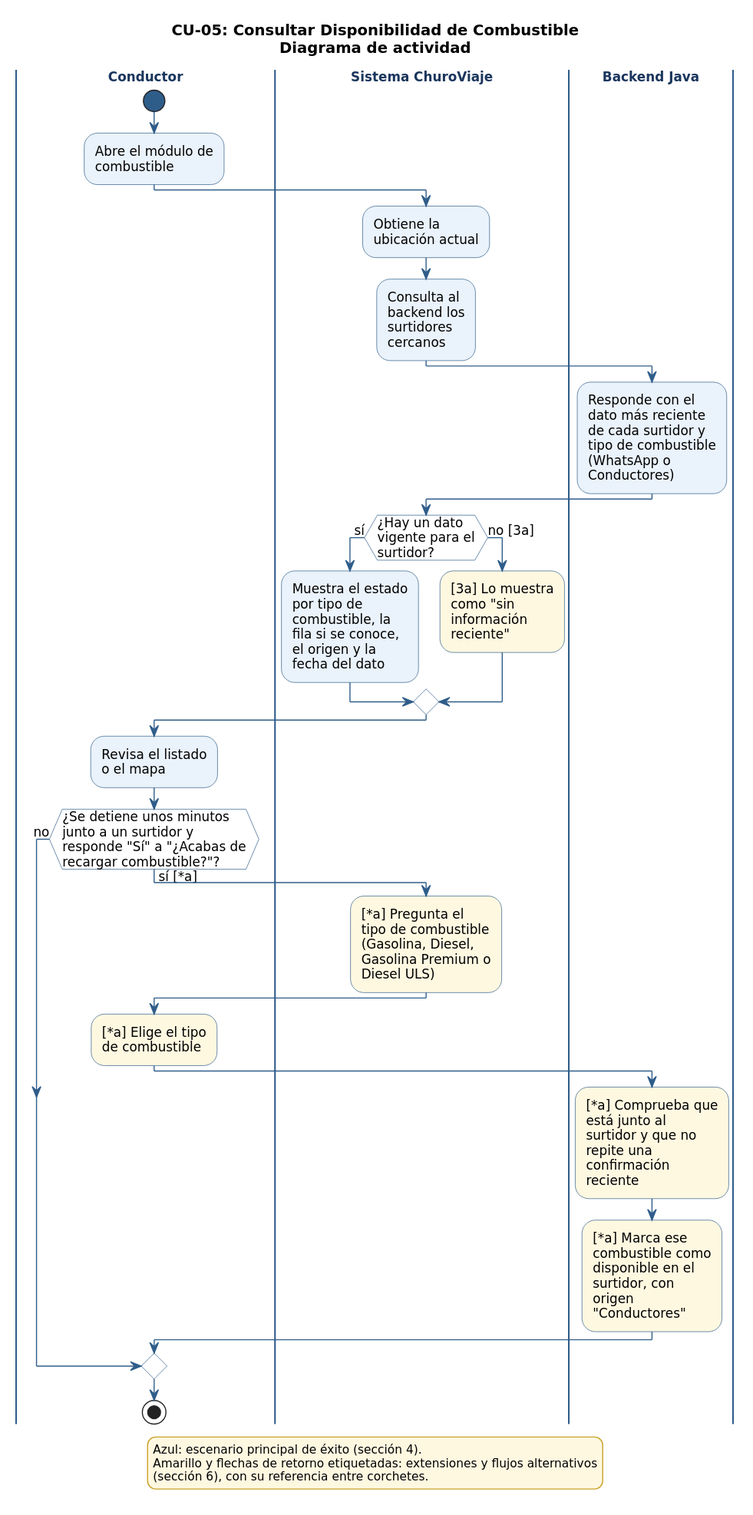
Above: 03_des/01_Diagramas_de_comportamiento/CU-05_ConsultarDisponibilidadCombustible.svg in uniWASD/ChuroViajeInterno (PlantUML), before the change.
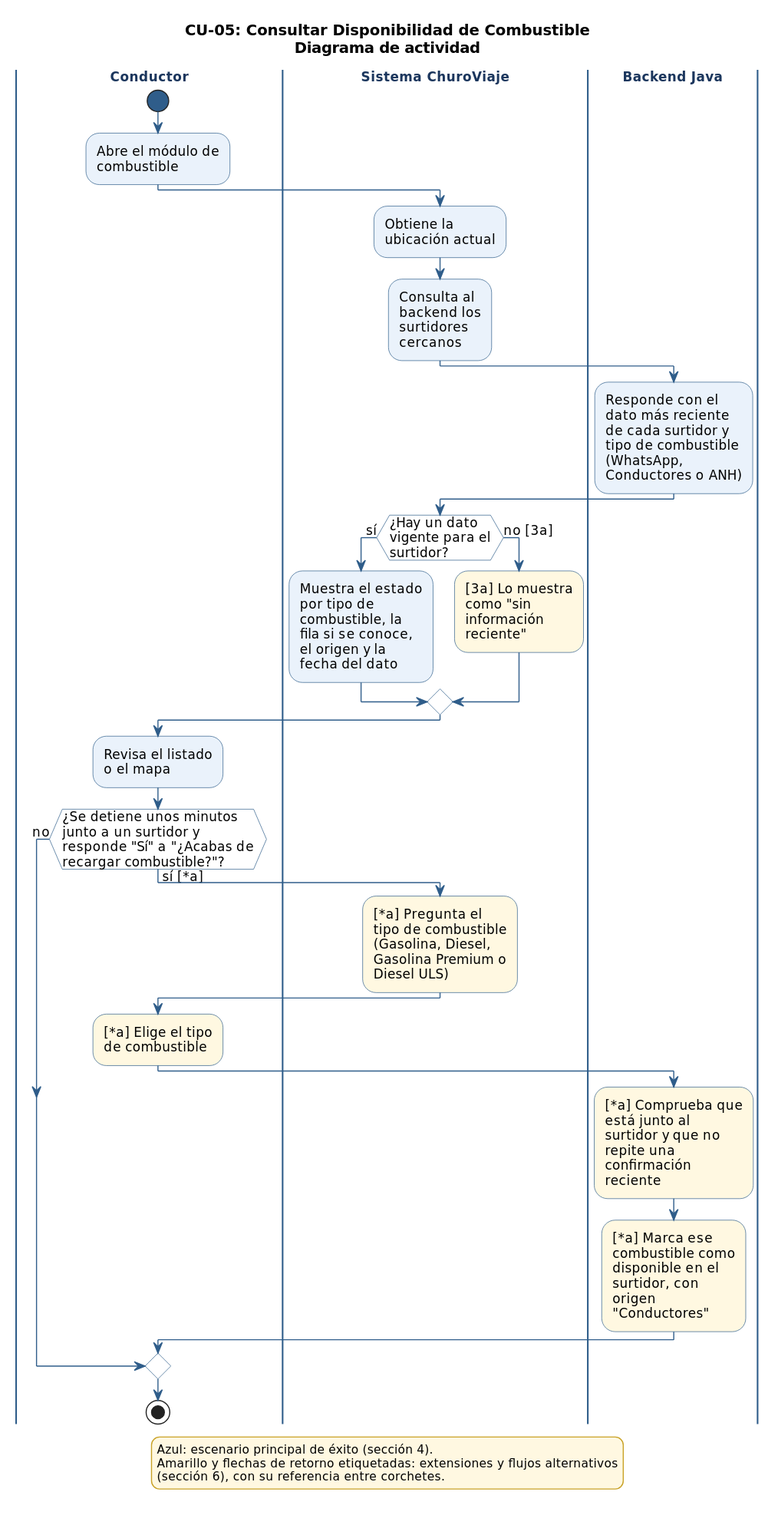
Above is the later version.

The edit, as a diff of the source:
```diff
@@ -42,8 +42,8 @@
 dato más reciente
 de cada surtidor y
 tipo de combustible
-(WhatsApp o
-Conductores);
+(WhatsApp,
+Conductores o ANH);
 |Sistema ChuroViaje|
 if (¿Hay un dato\nvigente para el\nsurtidor?) then (sí)
   :Muestra el estado
```
